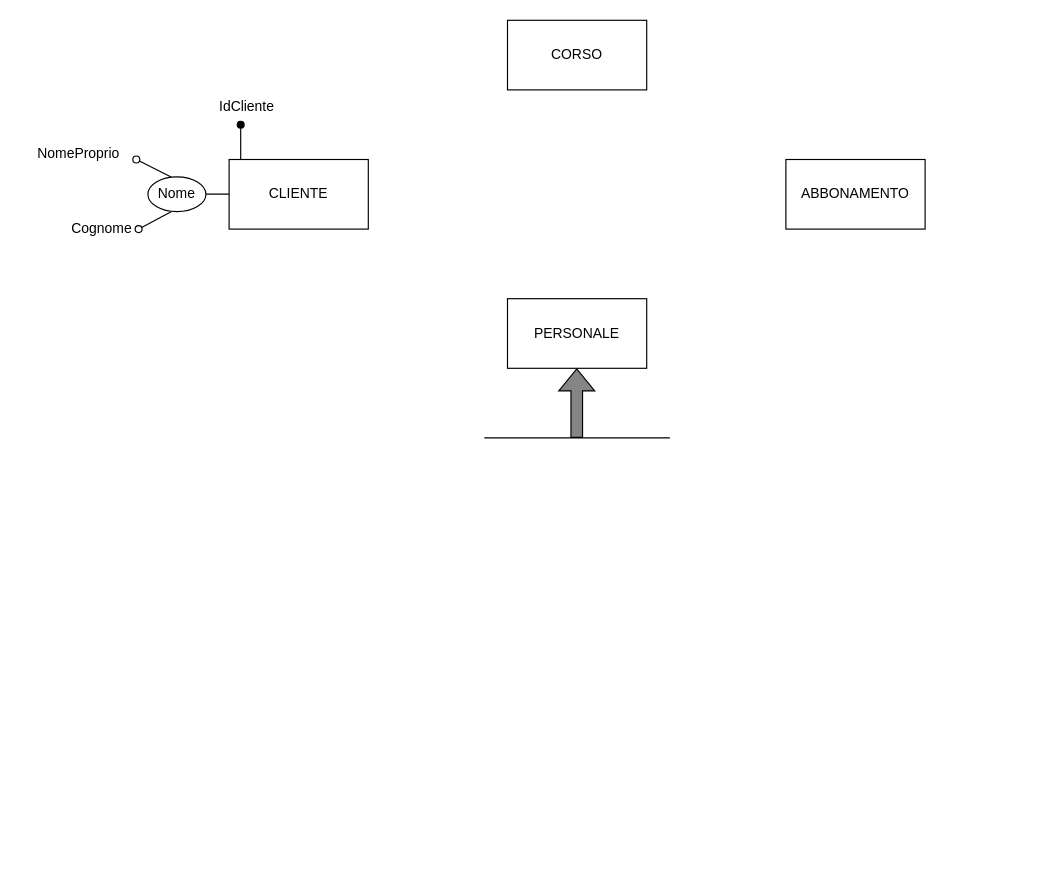
Above: CentroSportivo.drawio in alexbnls/BasiDati (draw.io), before the change. Source tidied: cells renumbered, new cells numbered last; positions are measured from the earlier drawing's top-left corner, leaving out a move shared by most shapes. Both pictures are drawn from the tidied source at 116%, with x=0, y=0 at pixel (20, 20).
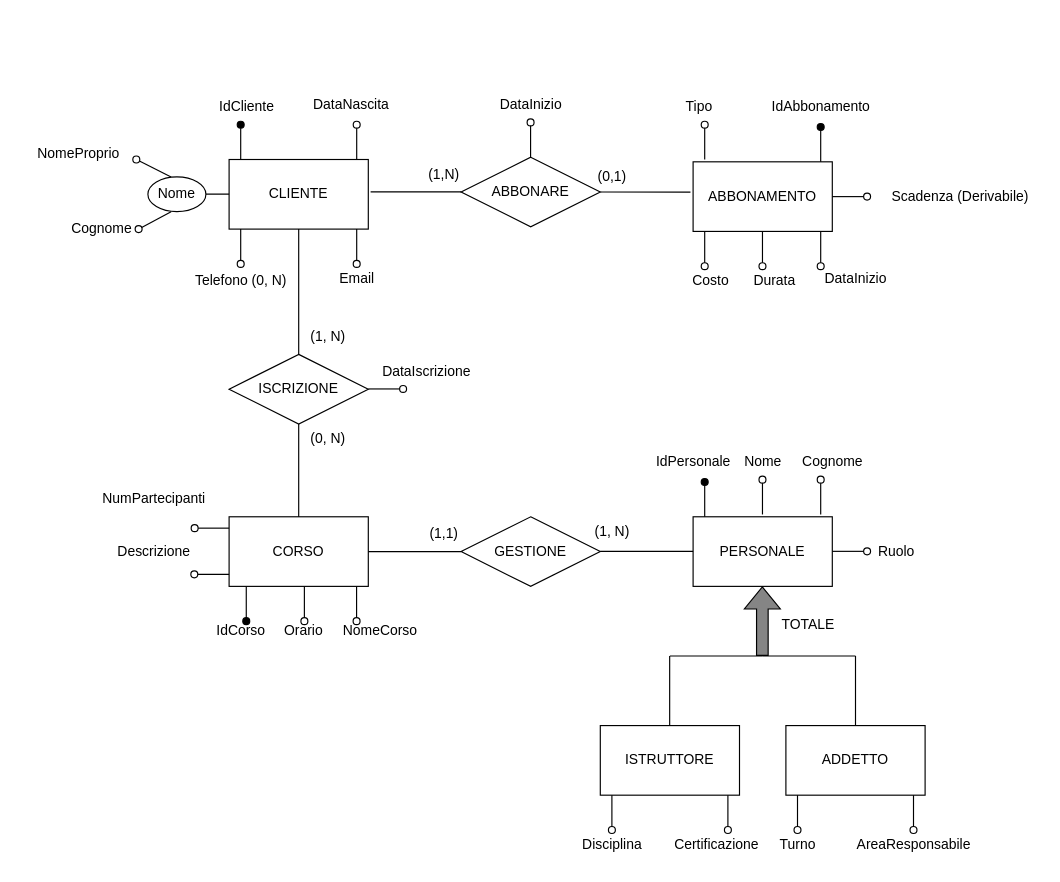
After the change.

Unchanged cells that the change refers to:
```xml
<mxCell id="2" value="CLIENTE" style="rounded=0;whiteSpace=wrap;html=1;" parent="1" vertex="1">
  <mxGeometry x="180" y="120" width="120" height="60" as="geometry" />
</mxCell>
```

Change to the diagram source:
```diff
@@
     <mxCell id="3" value="&lt;div&gt;ABBONAMENTO&lt;/div&gt;" style="rounded=0;whiteSpace=wrap;html=1;" parent="1" vertex="1">
-      <mxGeometry x="660" y="120" width="120" height="60" as="geometry" />
+      <mxGeometry x="580" y="122" width="120" height="60" as="geometry" />
     </mxCell>
     <mxCell id="4" value="&lt;div&gt;CORSO&lt;/div&gt;" style="rounded=0;whiteSpace=wrap;html=1;" parent="1" vertex="1">
-      <mxGeometry x="420" width="120" height="60" as="geometry" />
+      <mxGeometry x="180" y="428" width="120" height="60" as="geometry" />
     </mxCell>
     <mxCell id="5" value="PERSONALE" style="rounded=0;whiteSpace=wrap;html=1;" parent="1" vertex="1">
-      <mxGeometry x="420" y="240" width="120" height="60" as="geometry" />
+      <mxGeometry x="580" y="428" width="120" height="60" as="geometry" />
     </mxCell>
     <mxCell id="6" style="shape=flexArrow;endArrow=classic;html=1;rounded=0;fillColor=#858585;fillStyle=auto;strokeColor=default;gradientColor=none;" parent="1" edge="1">
       <mxGeometry relative="1" as="geometry">
-        <mxPoint x="479.7" y="360" as="sourcePoint" />
-        <mxPoint x="479.7" y="300" as="targetPoint" />
+        <mxPoint x="639.7" y="548" as="sourcePoint" />
+        <mxPoint x="639.7" y="488" as="targetPoint" />
       </mxGeometry>
     </mxCell>
     <mxCell id="7" style="endArrow=none;html=1;rounded=0;" parent="1" edge="1">
       <mxGeometry relative="1" as="geometry">
-        <mxPoint x="400" y="360" as="sourcePoint" />
-        <mxPoint x="480" y="360" as="targetPoint" />
+        <mxPoint x="560" y="548" as="sourcePoint" />
+        <mxPoint x="640" y="548" as="targetPoint" />
       </mxGeometry>
     </mxCell>
     <mxCell id="8" style="endArrow=none;html=1;rounded=0;" parent="1" edge="1">
       <mxGeometry relative="1" as="geometry">
-        <mxPoint x="480" y="360" as="sourcePoint" />
-        <mxPoint x="560" y="360" as="targetPoint" />
+        <mxPoint x="640" y="548" as="sourcePoint" />
+        <mxPoint x="720" y="548" as="targetPoint" />
       </mxGeometry>
     </mxCell>
@@
+    <mxCell id="17" style="endArrow=oval;html=1;rounded=1;curved=0;strokeColor=default;strokeWidth=1;jumpStyle=none;endFill=0;" parent="1" edge="1">
+      <mxGeometry relative="1" as="geometry">
+        <mxPoint x="290" y="120" as="sourcePoint" />
+        <mxPoint x="290" y="90" as="targetPoint" />
+      </mxGeometry>
+    </mxCell>
+    <mxCell id="18" value="DataNascita" style="text;html=1;align=center;verticalAlign=middle;strokeColor=none;fillColor=none;" parent="1" vertex="1">
+      <mxGeometry x="240" y="58" width="90" height="30" as="geometry" />
+    </mxCell>
+    <mxCell id="19" style="endArrow=oval;html=1;rounded=1;curved=0;strokeColor=default;strokeWidth=1;jumpStyle=none;endFill=0;" parent="1" edge="1">
+      <mxGeometry relative="1" as="geometry">
+        <mxPoint x="190" y="180" as="sourcePoint" />
+        <mxPoint x="190" y="210" as="targetPoint" />
+      </mxGeometry>
+    </mxCell>
+    <mxCell id="20" value="&lt;div&gt;Telefono (0, N)&lt;/div&gt;" style="text;html=1;align=center;verticalAlign=middle;strokeColor=none;fillColor=none;" parent="1" vertex="1">
+      <mxGeometry x="140" y="210" width="100" height="30" as="geometry" />
+    </mxCell>
+    <mxCell id="21" style="endArrow=oval;html=1;rounded=1;curved=0;strokeColor=default;strokeWidth=1;jumpStyle=none;endFill=0;" parent="1" edge="1">
+      <mxGeometry relative="1" as="geometry">
+        <mxPoint x="290" y="180" as="sourcePoint" />
+        <mxPoint x="290" y="210" as="targetPoint" />
+      </mxGeometry>
+    </mxCell>
+    <mxCell id="22" value="&lt;div&gt;Email&lt;/div&gt;" style="text;html=1;align=center;verticalAlign=middle;strokeColor=none;fillColor=none;" parent="1" vertex="1">
+      <mxGeometry x="265" y="208" width="50" height="30" as="geometry" />
+    </mxCell>
+    <mxCell id="23" style="endArrow=oval;html=1;rounded=1;curved=0;strokeColor=default;strokeWidth=1;jumpStyle=none;endFill=1;" parent="1" edge="1">
+      <mxGeometry relative="1" as="geometry">
+        <mxPoint x="690" y="122" as="sourcePoint" />
+        <mxPoint x="690" y="92" as="targetPoint" />
+      </mxGeometry>
+    </mxCell>
+    <mxCell id="24" style="endArrow=oval;html=1;rounded=1;curved=0;strokeColor=default;strokeWidth=1;jumpStyle=none;endFill=0;" parent="1" edge="1">
+      <mxGeometry relative="1" as="geometry">
+        <mxPoint x="590" y="120" as="sourcePoint" />
+        <mxPoint x="590" y="90" as="targetPoint" />
+      </mxGeometry>
+    </mxCell>
+    <mxCell id="25" value="IdAbbonamento" style="text;html=1;align=center;verticalAlign=middle;strokeColor=none;fillColor=none;" parent="1" vertex="1">
+      <mxGeometry x="635" y="60" width="110" height="30" as="geometry" />
+    </mxCell>
+    <mxCell id="26" value="Tipo" style="text;html=1;align=center;verticalAlign=middle;strokeColor=none;fillColor=none;" parent="1" vertex="1">
+      <mxGeometry x="560" y="60" width="50" height="30" as="geometry" />
+    </mxCell>
+    <mxCell id="27" style="endArrow=oval;html=1;rounded=1;curved=0;strokeColor=default;strokeWidth=1;jumpStyle=none;endFill=0;" parent="1" edge="1">
+      <mxGeometry relative="1" as="geometry">
+        <mxPoint x="590" y="182" as="sourcePoint" />
+        <mxPoint x="590" y="212" as="targetPoint" />
+      </mxGeometry>
+    </mxCell>
+    <mxCell id="28" value="Costo" style="text;html=1;align=center;verticalAlign=middle;strokeColor=none;fillColor=none;" parent="1" vertex="1">
+      <mxGeometry x="570" y="210" width="50" height="30" as="geometry" />
+    </mxCell>
+    <mxCell id="29" style="endArrow=oval;html=1;rounded=1;curved=0;strokeColor=default;strokeWidth=1;jumpStyle=none;endFill=0;" parent="1" edge="1">
+      <mxGeometry relative="1" as="geometry">
+        <mxPoint x="639.8" y="182" as="sourcePoint" />
+        <mxPoint x="639.8" y="212" as="targetPoint" />
+      </mxGeometry>
+    </mxCell>
+    <mxCell id="30" value="Durata" style="text;html=1;align=center;verticalAlign=middle;strokeColor=none;fillColor=none;" parent="1" vertex="1">
+      <mxGeometry x="620" y="210" width="60" height="30" as="geometry" />
+    </mxCell>
+    <mxCell id="31" style="endArrow=oval;html=1;rounded=1;curved=0;strokeColor=default;strokeWidth=1;jumpStyle=none;endFill=0;" parent="1" edge="1">
+      <mxGeometry relative="1" as="geometry">
+        <mxPoint x="700" y="152" as="sourcePoint" />
+        <mxPoint x="730" y="152" as="targetPoint" />
+      </mxGeometry>
+    </mxCell>
+    <mxCell id="32" value="Scadenza (Derivabile)" style="text;html=1;align=center;verticalAlign=middle;strokeColor=none;fillColor=none;" parent="1" vertex="1">
+      <mxGeometry x="740" y="137" width="140" height="30" as="geometry" />
+    </mxCell>
+    <mxCell id="33" style="endArrow=oval;html=1;rounded=1;curved=0;strokeColor=default;strokeWidth=1;jumpStyle=none;endFill=0;" parent="1" edge="1">
+      <mxGeometry relative="1" as="geometry">
+        <mxPoint x="690" y="182" as="sourcePoint" />
+        <mxPoint x="690" y="212" as="targetPoint" />
+      </mxGeometry>
+    </mxCell>
+    <mxCell id="34" value="DataInizio" style="text;html=1;align=center;verticalAlign=middle;strokeColor=none;fillColor=none;" parent="1" vertex="1">
+      <mxGeometry x="680" y="208" width="80" height="30" as="geometry" />
+    </mxCell>
+    <mxCell id="35" style="endArrow=none;html=1;rounded=1;curved=0;strokeColor=default;strokeWidth=1;jumpStyle=none;endFill=0;startArrow=oval;startFill=1;" parent="1" edge="1">
+      <mxGeometry relative="1" as="geometry">
+        <mxPoint x="194.8" y="518" as="sourcePoint" />
+        <mxPoint x="194.8" y="488" as="targetPoint" />
+      </mxGeometry>
+    </mxCell>
+    <mxCell id="36" value="&lt;div&gt;IdCorso&lt;/div&gt;" style="text;html=1;align=center;verticalAlign=middle;strokeColor=none;fillColor=none;" parent="1" vertex="1">
+      <mxGeometry x="155" y="511" width="70" height="30" as="geometry" />
+    </mxCell>
+    <mxCell id="37" style="endArrow=none;html=1;rounded=1;curved=0;strokeColor=default;strokeWidth=1;jumpStyle=none;endFill=0;startArrow=oval;startFill=0;" parent="1" edge="1">
+      <mxGeometry relative="1" as="geometry">
+        <mxPoint x="289.9" y="518" as="sourcePoint" />
+        <mxPoint x="289.9" y="488" as="targetPoint" />
+      </mxGeometry>
+    </mxCell>
+    <mxCell id="38" value="NomeCorso" style="text;html=1;align=center;verticalAlign=middle;strokeColor=none;fillColor=none;" parent="1" vertex="1">
+      <mxGeometry x="265" y="511" width="90" height="30" as="geometry" />
+    </mxCell>
+    <mxCell id="39" style="endArrow=none;html=1;rounded=1;curved=0;strokeColor=default;strokeWidth=1;jumpStyle=none;endFill=0;startArrow=oval;startFill=0;" parent="1" edge="1">
+      <mxGeometry relative="1" as="geometry">
+        <mxPoint x="150" y="477.6" as="sourcePoint" />
+        <mxPoint x="180" y="477.6" as="targetPoint" />
+      </mxGeometry>
+    </mxCell>
+    <mxCell id="40" value="Descrizione" style="text;html=1;align=center;verticalAlign=middle;strokeColor=none;fillColor=none;" parent="1" vertex="1">
+      <mxGeometry x="70" y="443" width="90" height="30" as="geometry" />
+    </mxCell>
+    <mxCell id="41" style="endArrow=oval;html=1;rounded=1;curved=0;strokeColor=default;strokeWidth=1;jumpStyle=none;endFill=0;" parent="1" edge="1">
+      <mxGeometry relative="1" as="geometry">
+        <mxPoint x="180" y="437.8" as="sourcePoint" />
+        <mxPoint x="150.3" y="437.8" as="targetPoint" />
+      </mxGeometry>
+    </mxCell>
+    <mxCell id="42" value="NumPartecipanti" style="text;html=1;align=center;verticalAlign=middle;strokeColor=none;fillColor=none;" parent="1" vertex="1">
+      <mxGeometry x="60" y="398" width="110" height="30" as="geometry" />
+    </mxCell>
+    <mxCell id="43" style="endArrow=none;html=1;rounded=1;curved=0;strokeColor=default;strokeWidth=1;jumpStyle=none;endFill=0;startArrow=oval;startFill=0;" parent="1" edge="1">
+      <mxGeometry relative="1" as="geometry">
+        <mxPoint x="244.9" y="518" as="sourcePoint" />
+        <mxPoint x="244.9" y="488" as="targetPoint" />
+      </mxGeometry>
+    </mxCell>
+    <mxCell id="44" value="Orario" style="text;html=1;align=center;verticalAlign=middle;strokeColor=none;fillColor=none;" parent="1" vertex="1">
+      <mxGeometry x="214" y="511" width="60" height="30" as="geometry" />
+    </mxCell>
+    <mxCell id="45" style="endArrow=oval;html=1;rounded=1;curved=0;strokeColor=default;strokeWidth=1;jumpStyle=none;endFill=1;" parent="1" edge="1">
+      <mxGeometry relative="1" as="geometry">
+        <mxPoint x="590" y="428" as="sourcePoint" />
+        <mxPoint x="590" y="398" as="targetPoint" />
+      </mxGeometry>
+    </mxCell>
+    <mxCell id="46" value="IdPersonale" style="text;html=1;align=center;verticalAlign=middle;strokeColor=none;fillColor=none;" parent="1" vertex="1">
+      <mxGeometry x="535" y="366" width="90" height="30" as="geometry" />
+    </mxCell>
+    <mxCell id="47" style="endArrow=oval;html=1;rounded=1;curved=0;strokeColor=default;strokeWidth=1;jumpStyle=none;endFill=0;" parent="1" edge="1">
+      <mxGeometry relative="1" as="geometry">
+        <mxPoint x="639.8" y="426" as="sourcePoint" />
+        <mxPoint x="639.8" y="396" as="targetPoint" />
+      </mxGeometry>
+    </mxCell>
+    <mxCell id="48" value="Nome" style="text;html=1;align=center;verticalAlign=middle;strokeColor=none;fillColor=none;" parent="1" vertex="1">
+      <mxGeometry x="610" y="366" width="60" height="30" as="geometry" />
+    </mxCell>
+    <mxCell id="49" style="endArrow=oval;html=1;rounded=1;curved=0;strokeColor=default;strokeWidth=1;jumpStyle=none;endFill=0;" parent="1" edge="1">
+      <mxGeometry relative="1" as="geometry">
+        <mxPoint x="690" y="426" as="sourcePoint" />
+        <mxPoint x="690" y="396" as="targetPoint" />
+      </mxGeometry>
+    </mxCell>
+    <mxCell id="50" value="Cognome" style="text;html=1;align=center;verticalAlign=middle;strokeColor=none;fillColor=none;" parent="1" vertex="1">
+      <mxGeometry x="660" y="366" width="80" height="30" as="geometry" />
+    </mxCell>
+    <mxCell id="51" style="endArrow=oval;html=1;rounded=1;curved=0;strokeColor=default;strokeWidth=1;jumpStyle=none;endFill=0;" parent="1" edge="1">
+      <mxGeometry relative="1" as="geometry">
+        <mxPoint x="700" y="457.8" as="sourcePoint" />
+        <mxPoint x="730" y="457.8" as="targetPoint" />
+      </mxGeometry>
+    </mxCell>
+    <mxCell id="52" value="Ruolo" style="text;html=1;align=center;verticalAlign=middle;strokeColor=none;fillColor=none;" parent="1" vertex="1">
+      <mxGeometry x="730" y="443" width="50" height="30" as="geometry" />
+    </mxCell>
+    <mxCell id="53" value="ISTRUTTORE" style="rounded=0;whiteSpace=wrap;html=1;" parent="1" vertex="1">
+      <mxGeometry x="500" y="608" width="120" height="60" as="geometry" />
+    </mxCell>
+    <mxCell id="54" value="ADDETTO" style="rounded=0;whiteSpace=wrap;html=1;" parent="1" vertex="1">
+      <mxGeometry x="660" y="608" width="120" height="60" as="geometry" />
+    </mxCell>
+    <mxCell id="55" style="endArrow=none;html=1;rounded=0;exitX=0.5;exitY=0;exitDx=0;exitDy=0;" parent="1" edge="1" source="54">
+      <mxGeometry relative="1" as="geometry">
+        <mxPoint x="720" y="548" as="targetPoint" />
+      </mxGeometry>
+    </mxCell>
+    <mxCell id="56" style="endArrow=none;html=1;rounded=0;exitX=0.5;exitY=0;exitDx=0;exitDy=0;" parent="1" edge="1">
+      <mxGeometry relative="1" as="geometry">
+        <mxPoint x="559.8" y="608" as="sourcePoint" />
+        <mxPoint x="559.8" y="548" as="targetPoint" />
+      </mxGeometry>
+    </mxCell>
+    <mxCell id="57" style="endArrow=oval;html=1;rounded=1;curved=0;strokeColor=default;strokeWidth=1;jumpStyle=none;endFill=0;" parent="1" edge="1">
+      <mxGeometry relative="1" as="geometry">
+        <mxPoint x="510" y="668" as="sourcePoint" />
+        <mxPoint x="510" y="698" as="targetPoint" />
+      </mxGeometry>
+    </mxCell>
+    <mxCell id="58" value="Disciplina" style="text;html=1;align=center;verticalAlign=middle;strokeColor=none;fillColor=none;" parent="1" vertex="1">
+      <mxGeometry x="475" y="696" width="70" height="30" as="geometry" />
+    </mxCell>
+    <mxCell id="59" style="endArrow=oval;html=1;rounded=1;curved=0;strokeColor=default;strokeWidth=1;jumpStyle=none;endFill=0;" parent="1" edge="1">
+      <mxGeometry relative="1" as="geometry">
+        <mxPoint x="610" y="668" as="sourcePoint" />
+        <mxPoint x="610" y="698" as="targetPoint" />
+      </mxGeometry>
+    </mxCell>
+    <mxCell id="60" value="Certificazione" style="text;html=1;align=center;verticalAlign=middle;strokeColor=none;fillColor=none;" parent="1" vertex="1">
+      <mxGeometry x="550" y="696" width="100" height="30" as="geometry" />
+    </mxCell>
+    <mxCell id="61" style="endArrow=oval;html=1;rounded=1;curved=0;strokeColor=default;strokeWidth=1;jumpStyle=none;endFill=0;" parent="1" edge="1">
+      <mxGeometry relative="1" as="geometry">
+        <mxPoint x="670" y="668" as="sourcePoint" />
+        <mxPoint x="670" y="698" as="targetPoint" />
+      </mxGeometry>
+    </mxCell>
+    <mxCell id="62" value="Turno" style="text;html=1;align=center;verticalAlign=middle;strokeColor=none;fillColor=none;" parent="1" vertex="1">
+      <mxGeometry x="645" y="696" width="50" height="30" as="geometry" />
+    </mxCell>
+    <mxCell id="63" style="endArrow=oval;html=1;rounded=1;curved=0;strokeColor=default;strokeWidth=1;jumpStyle=none;endFill=0;" parent="1" edge="1">
+      <mxGeometry relative="1" as="geometry">
+        <mxPoint x="770" y="668" as="sourcePoint" />
+        <mxPoint x="770" y="698" as="targetPoint" />
+      </mxGeometry>
+    </mxCell>
+    <mxCell id="64" value="AreaResponsabile" style="text;html=1;align=center;verticalAlign=middle;strokeColor=none;fillColor=none;" parent="1" vertex="1">
+      <mxGeometry x="710" y="696" width="120" height="30" as="geometry" />
+    </mxCell>
+    <mxCell id="65" value="ISCRIZIONE" style="rhombus;whiteSpace=wrap;html=1;" parent="1" vertex="1">
+      <mxGeometry x="180" y="288" width="120" height="60" as="geometry" />
+    </mxCell>
+    <mxCell id="66" style="endArrow=none;html=1;rounded=0;exitX=0.5;exitY=0;exitDx=0;exitDy=0;" parent="1" edge="1" source="4">
+      <mxGeometry relative="1" as="geometry">
+        <mxPoint x="240" y="348" as="targetPoint" />
+      </mxGeometry>
+    </mxCell>
+    <mxCell id="67" style="endArrow=none;html=1;rounded=0;exitX=0.5;exitY=0;exitDx=0;exitDy=0;entryX=0.5;entryY=1;entryDx=0;entryDy=0;" parent="1" edge="1" target="2">
+      <mxGeometry relative="1" as="geometry">
+        <mxPoint x="240" y="288" as="sourcePoint" />
+      </mxGeometry>
+    </mxCell>
+    <mxCell id="68" value="(1, N)" style="text;html=1;align=center;verticalAlign=middle;strokeColor=none;fillColor=none;" parent="1" vertex="1">
+      <mxGeometry x="240" y="258" width="50" height="30" as="geometry" />
+    </mxCell>
+    <mxCell id="69" value="(0, N)" style="text;html=1;align=center;verticalAlign=middle;strokeColor=none;fillColor=none;" parent="1" vertex="1">
+      <mxGeometry x="240" y="346" width="50" height="30" as="geometry" />
+    </mxCell>
+    <mxCell id="70" style="endArrow=oval;html=1;rounded=1;curved=0;strokeColor=default;strokeWidth=1;jumpStyle=none;endFill=0;" parent="1" edge="1">
+      <mxGeometry relative="1" as="geometry">
+        <mxPoint x="300" y="317.8" as="sourcePoint" />
+        <mxPoint x="330" y="317.8" as="targetPoint" />
+      </mxGeometry>
+    </mxCell>
+    <mxCell id="71" value="DataIscrizione" style="text;html=1;align=center;verticalAlign=middle;strokeColor=none;fillColor=none;" parent="1" vertex="1">
+      <mxGeometry x="300" y="288" width="100" height="30" as="geometry" />
+    </mxCell>
+    <mxCell id="72" value="ABBONARE" style="rhombus;whiteSpace=wrap;html=1;" parent="1" vertex="1">
+      <mxGeometry x="380" y="118" width="120" height="60" as="geometry" />
+    </mxCell>
+    <mxCell id="73" style="endArrow=none;html=1;rounded=0;exitX=-0.019;exitY=0.435;exitDx=0;exitDy=0;exitPerimeter=0;" parent="1" edge="1" source="3">
+      <mxGeometry relative="1" as="geometry">
+        <mxPoint x="500" y="148" as="targetPoint" />
+      </mxGeometry>
+    </mxCell>
+    <mxCell id="74" style="endArrow=none;html=1;rounded=0;exitX=-0.019;exitY=0.435;exitDx=0;exitDy=0;exitPerimeter=0;" parent="1" edge="1">
+      <mxGeometry relative="1" as="geometry">
+        <mxPoint x="380" y="147.9" as="sourcePoint" />
+        <mxPoint x="302" y="147.9" as="targetPoint" />
+      </mxGeometry>
+    </mxCell>
+    <mxCell id="75" value="(0,1)" style="text;html=1;align=center;verticalAlign=middle;strokeColor=none;fillColor=none;" parent="1" vertex="1">
+      <mxGeometry x="485" y="120" width="50" height="30" as="geometry" />
+    </mxCell>
+    <mxCell id="76" value="(1,N)" style="text;html=1;align=center;verticalAlign=middle;strokeColor=none;fillColor=none;" parent="1" vertex="1">
+      <mxGeometry x="340" y="118" width="50" height="30" as="geometry" />
+    </mxCell>
+    <mxCell id="77" value="GESTIONE" style="rhombus;whiteSpace=wrap;html=1;" parent="1" vertex="1">
+      <mxGeometry x="380" y="428" width="120" height="60" as="geometry" />
+    </mxCell>
+    <mxCell id="78" style="endArrow=none;html=1;rounded=0;exitX=1;exitY=0.5;exitDx=0;exitDy=0;" parent="1" edge="1" source="4">
+      <mxGeometry relative="1" as="geometry">
+        <mxPoint x="380" y="458" as="targetPoint" />
+      </mxGeometry>
+    </mxCell>
+    <mxCell id="79" style="endArrow=none;html=1;rounded=0;exitX=1;exitY=0.5;exitDx=0;exitDy=0;" parent="1" edge="1">
+      <mxGeometry relative="1" as="geometry">
+        <mxPoint x="500" y="457.8" as="sourcePoint" />
+        <mxPoint x="580" y="457.8" as="targetPoint" />
+      </mxGeometry>
+    </mxCell>
+    <mxCell id="80" value="(1,1)" style="text;html=1;align=center;verticalAlign=middle;strokeColor=none;fillColor=none;" parent="1" vertex="1">
+      <mxGeometry x="340" y="428" width="50" height="30" as="geometry" />
+    </mxCell>
+    <mxCell id="81" style="endArrow=oval;html=1;rounded=1;curved=0;strokeColor=default;strokeWidth=1;jumpStyle=none;endFill=0;" parent="1" edge="1">
+      <mxGeometry relative="1" as="geometry">
+        <mxPoint x="439.9" y="118" as="sourcePoint" />
+        <mxPoint x="439.9" y="88" as="targetPoint" />
+      </mxGeometry>
+    </mxCell>
+    <mxCell id="82" value="DataInizio" style="text;html=1;align=center;verticalAlign=middle;strokeColor=none;fillColor=none;" parent="1" vertex="1">
+      <mxGeometry x="400" y="58" width="80" height="30" as="geometry" />
+    </mxCell>
+    <mxCell id="83" value="(1, N)" style="text;html=1;align=center;verticalAlign=middle;strokeColor=none;fillColor=none;" parent="1" vertex="1">
+      <mxGeometry x="485" y="426" width="50" height="30" as="geometry" />
+    </mxCell>
+    <mxCell id="84" value="TOTALE" style="text;html=1;align=center;verticalAlign=middle;strokeColor=none;fillColor=none;" parent="1" vertex="1">
+      <mxGeometry x="644" y="506" width="70" height="30" as="geometry" />
+    </mxCell>
```
